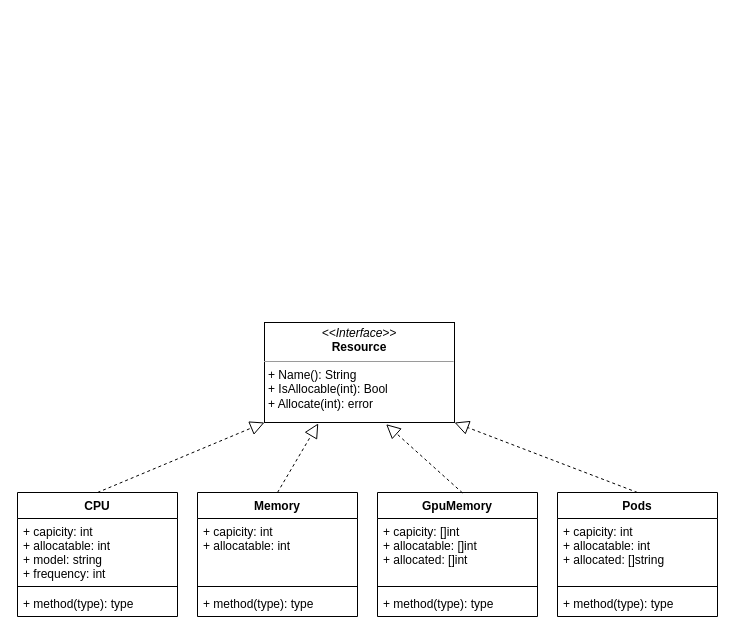
Mr-lixh/diagrams keeps this draw.io diagram as page "Page-1" (1 of 2) of OptimalCompositeDeploy.drawio. Above is the earlier version. Source tidied: cells renumbered, new cells numbered last; positions are measured from the earlier drawing's top-left corner, leaving out a move shared by most shapes. Both pictures are drawn from the tidied source at 100%, with x=0, y=0 at pixel (17, 322).
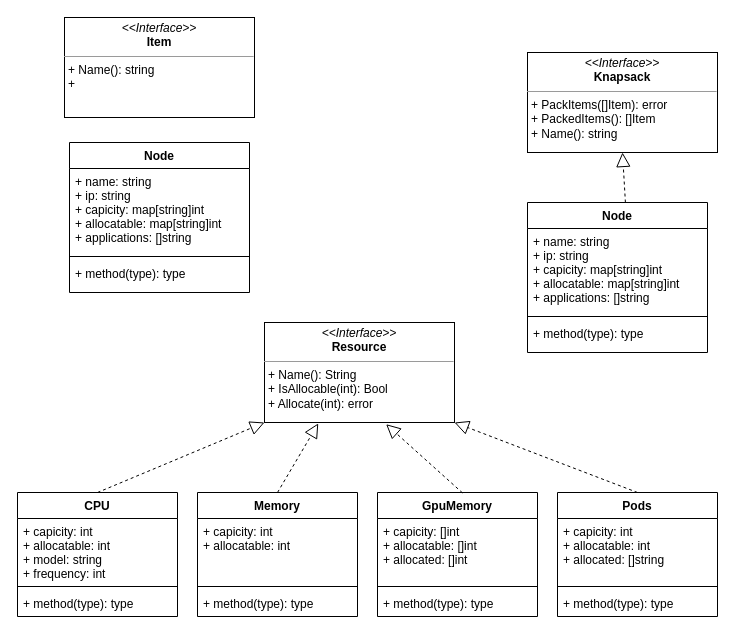
The same diagram, later.

The edit, as a diff of the source:
```diff
@@
+    <mxCell id="23" value="&lt;p style=&quot;margin: 0px ; margin-top: 4px ; text-align: center&quot;&gt;&lt;i&gt;&amp;lt;&amp;lt;Interface&amp;gt;&amp;gt;&lt;/i&gt;&lt;br&gt;&lt;b&gt;Knapsack&lt;/b&gt;&lt;/p&gt;&lt;hr size=&quot;1&quot;&gt;&lt;p style=&quot;margin: 0px ; margin-left: 4px&quot;&gt;+ PackItems([]Item): error&lt;br&gt;&lt;/p&gt;&lt;p style=&quot;margin: 0px ; margin-left: 4px&quot;&gt;+ PackedItems(): []Item&lt;/p&gt;&lt;p style=&quot;margin: 0px ; margin-left: 4px&quot;&gt;+ Name(): string&lt;/p&gt;" style="verticalAlign=top;align=left;overflow=fill;fontSize=12;fontFamily=Helvetica;html=1;" parent="1" vertex="1">
+      <mxGeometry x="510" y="-270" width="190" height="100" as="geometry" />
+    </mxCell>
+    <mxCell id="24" value="Node" style="swimlane;fontStyle=1;align=center;verticalAlign=top;horizontal=1;startSize=26;" parent="1" vertex="1">
+      <mxGeometry x="510" y="-120" width="180" height="150" as="geometry" />
+    </mxCell>
+    <mxCell id="25" value="+ name: string&#10;+ ip: string&#10;+ capicity: map[string]int&#10;+ allocatable: map[string]int&#10;+ applications: []string" style="text;strokeColor=none;fillColor=none;align=left;verticalAlign=top;spacingLeft=4;spacingRight=4;overflow=hidden;" parent="24" vertex="1">
+      <mxGeometry y="26" width="180" height="84" as="geometry" />
+    </mxCell>
+    <mxCell id="26" style="line;strokeWidth=1;fillColor=none;align=left;verticalAlign=middle;spacingTop=-1;spacingLeft=3;spacingRight=3;labelPosition=right;" parent="24" vertex="1">
+      <mxGeometry y="110" width="180" height="8" as="geometry" />
+    </mxCell>
+    <mxCell id="27" value="+ method(type): type" style="text;strokeColor=none;fillColor=none;align=left;verticalAlign=top;spacingLeft=4;spacingRight=4;overflow=hidden;" parent="24" vertex="1">
+      <mxGeometry y="118" width="180" height="32" as="geometry" />
+    </mxCell>
+    <mxCell id="28" style="endArrow=block;dashed=1;endFill=0;endSize=12;html=1;rounded=0;exitX=0.544;exitY=0;exitDx=0;exitDy=0;entryX=0.5;entryY=1;entryDx=0;entryDy=0;exitPerimeter=0;" parent="1" edge="1" source="24" target="23">
+      <mxGeometry relative="1" as="geometry" />
+    </mxCell>
+    <mxCell id="29" value="&lt;p style=&quot;margin: 0px ; margin-top: 4px ; text-align: center&quot;&gt;&lt;i&gt;&amp;lt;&amp;lt;Interface&amp;gt;&amp;gt;&lt;/i&gt;&lt;br&gt;&lt;b&gt;Item&lt;/b&gt;&lt;/p&gt;&lt;hr size=&quot;1&quot;&gt;&lt;p style=&quot;margin: 0px ; margin-left: 4px&quot;&gt;+ Name(): string&lt;br&gt;&lt;/p&gt;&lt;p style=&quot;margin: 0px ; margin-left: 4px&quot;&gt;+&amp;nbsp;&lt;/p&gt;" style="verticalAlign=top;align=left;overflow=fill;fontSize=12;fontFamily=Helvetica;html=1;" parent="1" vertex="1">
+      <mxGeometry x="47" y="-305" width="190" height="100" as="geometry" />
+    </mxCell>
+    <mxCell id="30" value="Node" style="swimlane;fontStyle=1;align=center;verticalAlign=top;horizontal=1;startSize=26;" parent="1" vertex="1">
+      <mxGeometry x="52" y="-180" width="180" height="150" as="geometry" />
+    </mxCell>
+    <mxCell id="31" value="+ name: string&#10;+ ip: string&#10;+ capicity: map[string]int&#10;+ allocatable: map[string]int&#10;+ applications: []string" style="text;strokeColor=none;fillColor=none;align=left;verticalAlign=top;spacingLeft=4;spacingRight=4;overflow=hidden;" parent="30" vertex="1">
+      <mxGeometry y="26" width="180" height="84" as="geometry" />
+    </mxCell>
+    <mxCell id="32" style="line;strokeWidth=1;fillColor=none;align=left;verticalAlign=middle;spacingTop=-1;spacingLeft=3;spacingRight=3;labelPosition=right;" parent="30" vertex="1">
+      <mxGeometry y="110" width="180" height="8" as="geometry" />
+    </mxCell>
+    <mxCell id="33" value="+ method(type): type" style="text;strokeColor=none;fillColor=none;align=left;verticalAlign=top;spacingLeft=4;spacingRight=4;overflow=hidden;" parent="30" vertex="1">
+      <mxGeometry y="118" width="180" height="32" as="geometry" />
+    </mxCell>
```
